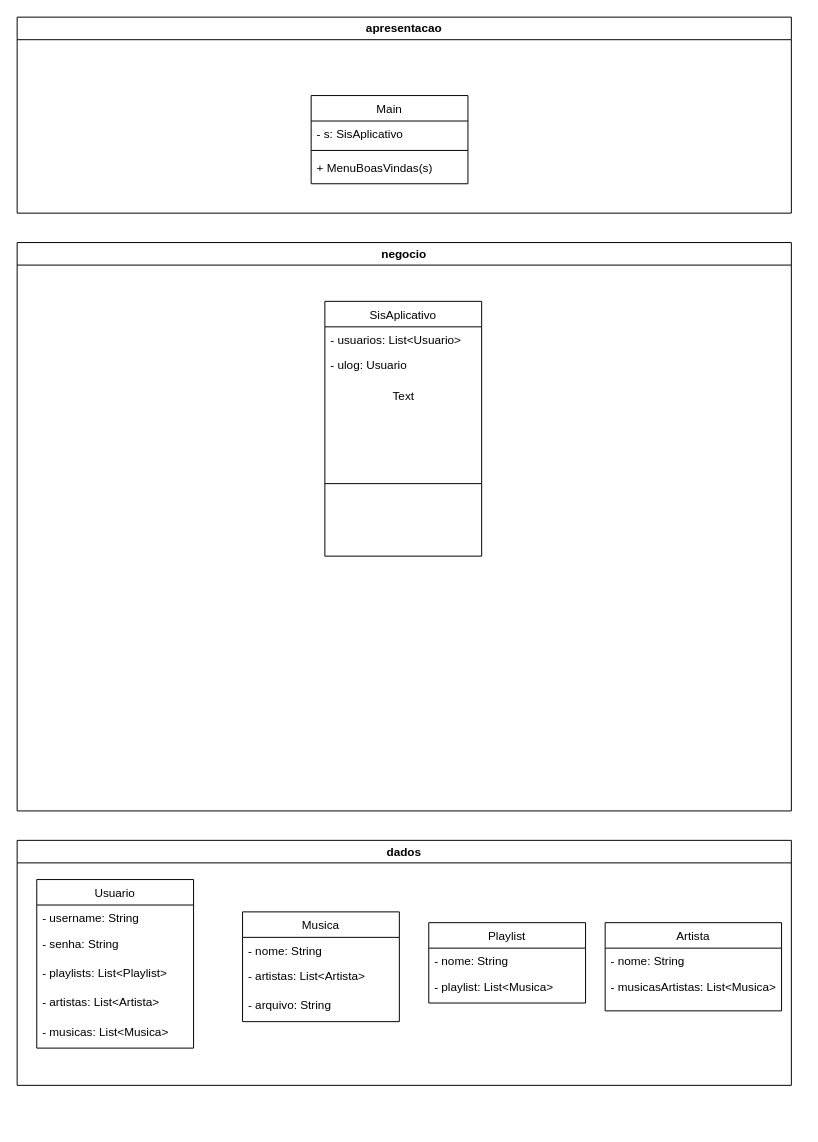
The draw.io diagram Object-Oriented Programming/Trabalho UML/Untitled Diagram.drawio in mautaques/Estudos, before the edit. Source tidied: cells renumbered, new cells numbered last; positions are measured from the earlier drawing's top-left corner, leaving out a move shared by most shapes. Both pictures are drawn from the tidied source at 98%, with x=0, y=0 at pixel (17, 17).
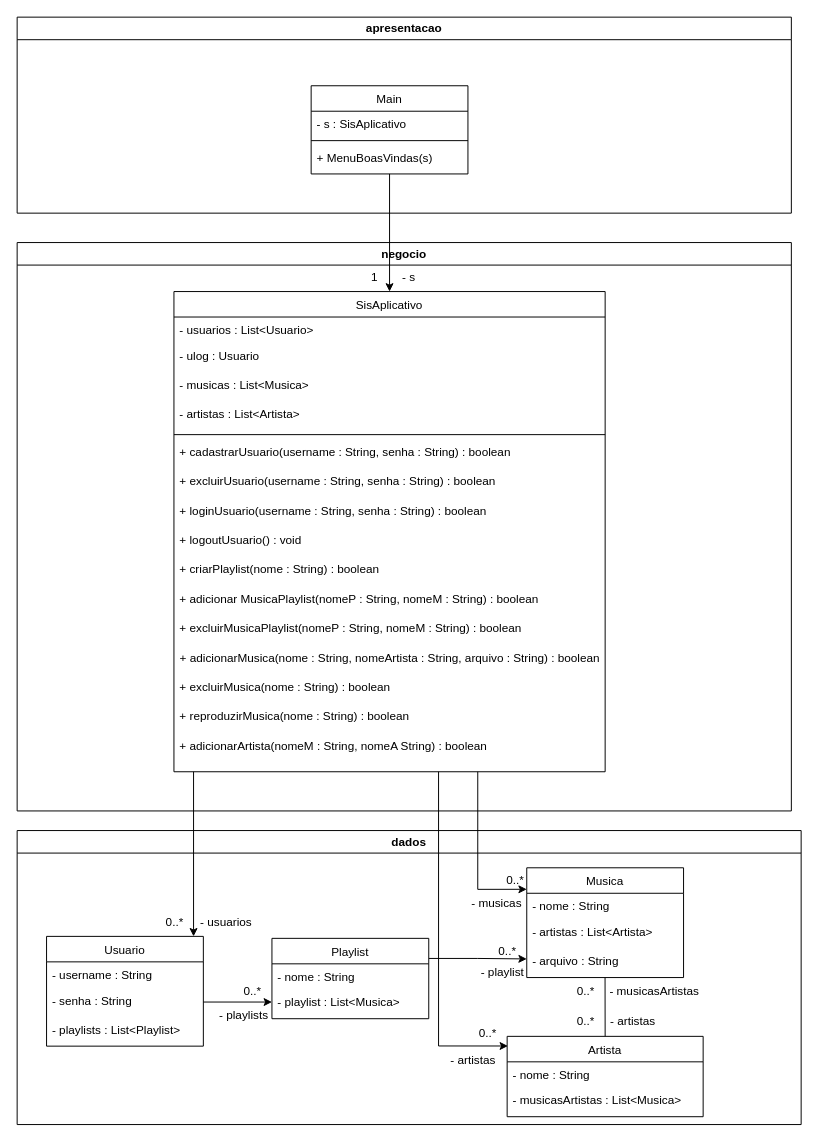
After the change.

Unchanged cells that the change refers to:
```xml
<mxCell id="19" value="negocio" style="swimlane;whiteSpace=wrap;html=1;startSize=23;" parent="1" vertex="1">
  <mxGeometry y="230" width="790" height="580" as="geometry" />
</mxCell>
<mxCell id="25" value="apresentacao" style="swimlane;whiteSpace=wrap;html=1;" parent="1" vertex="1">
  <mxGeometry width="790" height="200" as="geometry" />
</mxCell>
```

The edit, as a diff of the source:
```diff
@@
     <mxCell id="2" value="dados" style="swimlane;whiteSpace=wrap;html=1;" parent="1" vertex="1">
-      <mxGeometry y="840" width="790" height="250" as="geometry" />
+      <mxGeometry y="830" width="800" height="300" as="geometry" />
     </mxCell>
     <mxCell id="3" value="Musica" style="swimlane;fontStyle=0;align=center;verticalAlign=top;horizontal=1;startSize=26;rounded=0;shadow=0;strokeWidth=1;" parent="2" vertex="1">
-      <mxGeometry x="230" y="73" width="160" height="112" as="geometry" />
+      <mxGeometry x="520" y="38" width="160" height="112" as="geometry" />
     </mxCell>
-    <mxCell id="4" value="- nome: String" style="text;align=left;verticalAlign=top;spacingLeft=4;spacingRight=4;overflow=hidden;" parent="3" vertex="1">
+    <mxCell id="4" value="- nome : String" style="text;align=left;verticalAlign=top;spacingLeft=4;spacingRight=4;overflow=hidden;" parent="3" vertex="1">
       <mxGeometry y="26" width="160" height="26" as="geometry" />
     </mxCell>
-    <mxCell id="5" value="- artistas: List&lt;Artista&gt;" style="text;align=left;verticalAlign=top;strokeColor=none;fillColor=none;spacingLeft=4;spacingRight=4;" parent="3" vertex="1">
+    <mxCell id="5" value="- artistas : List&lt;Artista&gt;" style="text;align=left;verticalAlign=top;strokeColor=none;fillColor=none;spacingLeft=4;spacingRight=4;" parent="3" vertex="1">
       <mxGeometry y="52" width="160" height="30" as="geometry" />
     </mxCell>
-    <mxCell id="6" value="- arquivo: String" style="text;align=left;verticalAlign=top;strokeColor=none;fillColor=none;spacingLeft=4;spacingRight=4;" parent="3" vertex="1">
+    <mxCell id="6" value="- arquivo : String" style="text;align=left;verticalAlign=top;strokeColor=none;fillColor=none;spacingLeft=4;spacingRight=4;" parent="3" vertex="1">
       <mxGeometry y="82" width="160" height="30" as="geometry" />
     </mxCell>
+    <mxCell id="30" style="edgeStyle=orthogonalEdgeStyle;rounded=0;jettySize=auto;html=1;exitX=1;exitY=0.25;exitDx=0;exitDy=0;" parent="2" edge="1" source="7">
+      <mxGeometry relative="1" as="geometry">
+        <mxPoint x="520" y="131" as="targetPoint" />
+        <Array as="points">
+          <mxPoint x="470" y="131" />
+          <mxPoint x="600" y="131" />
+        </Array>
+      </mxGeometry>
+    </mxCell>
     <mxCell id="7" value="Playlist" style="swimlane;fontStyle=0;align=center;verticalAlign=top;horizontal=1;startSize=26;rounded=0;shadow=0;strokeWidth=1;" parent="2" vertex="1">
-      <mxGeometry x="420" y="84" width="160" height="82" as="geometry" />
+      <mxGeometry x="260" y="110" width="160" height="82" as="geometry" />
     </mxCell>
-    <mxCell id="8" value="- nome: String" style="text;align=left;verticalAlign=top;spacingLeft=4;spacingRight=4;overflow=hidden;" parent="7" vertex="1">
+    <mxCell id="8" value="- nome : String" style="text;align=left;verticalAlign=top;spacingLeft=4;spacingRight=4;overflow=hidden;" parent="7" vertex="1">
       <mxGeometry y="26" width="160" height="26" as="geometry" />
     </mxCell>
-    <mxCell id="9" value="- playlist: List&lt;Musica&gt;" style="text;align=left;verticalAlign=top;points=[];strokeColor=none;fillColor=none;spacingLeft=4;spacingRight=4;" parent="7" vertex="1">
+    <mxCell id="9" value="- playlist : List&lt;Musica&gt;" style="text;align=left;verticalAlign=top;points=[];strokeColor=none;fillColor=none;spacingLeft=4;spacingRight=4;" parent="7" vertex="1">
       <mxGeometry y="52" width="160" height="30" as="geometry" />
     </mxCell>
     <mxCell id="10" value="Usuario" style="swimlane;fontStyle=0;align=center;verticalAlign=top;horizontal=1;startSize=26;rounded=0;shadow=0;strokeWidth=1;" parent="2" vertex="1">
-      <mxGeometry x="20" y="40" width="160" height="172" as="geometry" />
+      <mxGeometry x="30" y="108" width="160" height="112" as="geometry" />
     </mxCell>
-    <mxCell id="11" value="- username: String" style="text;align=left;verticalAlign=top;spacingLeft=4;spacingRight=4;overflow=hidden;" parent="10" vertex="1">
+    <mxCell id="11" value="- username : String" style="text;align=left;verticalAlign=top;spacingLeft=4;spacingRight=4;overflow=hidden;" parent="10" vertex="1">
       <mxGeometry y="26" width="160" height="26" as="geometry" />
     </mxCell>
-    <mxCell id="12" value="- senha: String&#10;" style="text;align=left;verticalAlign=top;points=[];strokeColor=none;fillColor=none;spacingLeft=4;spacingRight=4;" parent="10" vertex="1">
+    <mxCell id="12" value="- senha : String&#10;" style="text;align=left;verticalAlign=top;points=[];strokeColor=none;fillColor=none;spacingLeft=4;spacingRight=4;" parent="10" vertex="1">
       <mxGeometry y="52" width="160" height="30" as="geometry" />
     </mxCell>
-    <mxCell id="13" value="- playlists: List&amp;lt;Playlist&amp;gt;" style="text;html=1;align=left;verticalAlign=top;strokeColor=none;fillColor=none;spacingLeft=4;spacingRight=4;" parent="10" vertex="1">
+    <mxCell id="13" value="- playlists : List&amp;lt;Playlist&amp;gt;" style="text;html=1;align=left;verticalAlign=top;strokeColor=none;fillColor=none;spacingLeft=4;spacingRight=4;" parent="10" vertex="1">
       <mxGeometry y="82" width="160" height="30" as="geometry" />
     </mxCell>
-    <mxCell id="14" value="- artistas: List&lt;Artista&gt;" style="text;align=left;verticalAlign=top;strokeColor=none;fillColor=none;spacingLeft=4;spacingRight=4;" parent="10" vertex="1">
-      <mxGeometry y="112" width="160" height="30" as="geometry" />
-    </mxCell>
-    <mxCell id="15" value="- musicas: List&lt;Musica&gt;" style="text;align=left;verticalAlign=top;strokeColor=none;fillColor=none;spacingLeft=4;spacingRight=4;" parent="10" vertex="1">
-      <mxGeometry y="142" width="160" height="30" as="geometry" />
-    </mxCell>
     <mxCell id="16" value="Artista" style="swimlane;fontStyle=0;align=center;verticalAlign=top;horizontal=1;startSize=26;rounded=0;shadow=0;strokeWidth=1;" parent="2" vertex="1">
-      <mxGeometry x="600" y="84" width="180" height="90" as="geometry" />
+      <mxGeometry x="500" y="210" width="200" height="82" as="geometry" />
     </mxCell>
-    <mxCell id="17" value="- nome: String " style="text;align=left;verticalAlign=top;spacingLeft=4;spacingRight=4;overflow=hidden;" parent="16" vertex="1">
-      <mxGeometry y="26" width="180" height="26" as="geometry" />
+    <mxCell id="17" value="- nome : String " style="text;align=left;verticalAlign=top;spacingLeft=4;spacingRight=4;overflow=hidden;" parent="16" vertex="1">
+      <mxGeometry y="26" width="200" height="26" as="geometry" />
     </mxCell>
-    <mxCell id="18" value="- musicasArtistas: List&lt;Musica&gt;" style="text;align=left;verticalAlign=top;strokeColor=none;fillColor=none;spacingLeft=4;spacingRight=5;" parent="16" vertex="1">
-      <mxGeometry y="52" width="180" height="30" as="geometry" />
+    <mxCell id="18" value="- musicasArtistas : List&lt;Musica&gt;" style="text;align=left;verticalAlign=top;strokeColor=none;fillColor=none;spacingLeft=4;spacingRight=5;" parent="16" vertex="1">
+      <mxGeometry y="52" width="200" height="30" as="geometry" />
     </mxCell>
+    <mxCell id="31" value="0..*" style="text;align=center;verticalAlign=middle;strokeColor=none;fillColor=none;spacingLeft=2;" parent="2" vertex="1">
+      <mxGeometry x="140" y="78" width="40" height="30" as="geometry" />
+    </mxCell>
+    <mxCell id="32" value="- usuarios" style="text;align=center;verticalAlign=middle;strokeColor=none;fillColor=none;spacingRight=-7;" parent="2" vertex="1">
+      <mxGeometry x="175" y="78" width="70" height="30" as="geometry" />
+    </mxCell>
+    <mxCell id="33" value="0..*" style="text;html=1;align=center;verticalAlign=middle;strokeColor=none;fillColor=none;" parent="2" vertex="1">
+      <mxGeometry x="480" y="108" width="40" height="30" as="geometry" />
+    </mxCell>
+    <mxCell id="34" value="- playlist" style="text;html=1;align=center;verticalAlign=middle;strokeColor=none;fillColor=none;" parent="2" vertex="1">
+      <mxGeometry x="460" y="130" width="70" height="30" as="geometry" />
+    </mxCell>
+    <mxCell id="35" value="0..*" style="text;html=1;align=center;verticalAlign=middle;strokeColor=none;fillColor=none;" parent="2" vertex="1">
+      <mxGeometry x="560" y="149" width="40" height="30" as="geometry" />
+    </mxCell>
+    <mxCell id="36" value="- musicasArtistas" style="text;html=1;align=center;verticalAlign=middle;strokeColor=none;fillColor=none;" parent="2" vertex="1">
+      <mxGeometry x="590" y="149" width="120" height="30" as="geometry" />
+    </mxCell>
+    <mxCell id="37" value="- artistas" style="text;html=1;align=center;verticalAlign=middle;strokeColor=none;fillColor=none;spacingRight=-5;" parent="2" vertex="1">
+      <mxGeometry x="595" y="180" width="60" height="30" as="geometry" />
+    </mxCell>
+    <mxCell id="38" value="0..*" style="text;html=1;align=center;verticalAlign=middle;strokeColor=none;fillColor=none;" parent="2" vertex="1">
+      <mxGeometry x="560" y="180" width="40" height="30" as="geometry" />
+    </mxCell>
+    <mxCell id="39" style="edgeStyle=orthogonalEdgeStyle;rounded=0;jettySize=auto;html=1;entryX=0;entryY=0.433;entryDx=0;entryDy=0;entryPerimeter=0;" parent="2" edge="1" source="12" target="9">
+      <mxGeometry relative="1" as="geometry" />
+    </mxCell>
+    <mxCell id="40" style="endArrow=none;html=1;rounded=0;exitX=0.5;exitY=0;exitDx=0;exitDy=0;" parent="2" edge="1" source="16">
+      <mxGeometry relative="1" as="geometry">
+        <mxPoint x="599.9" y="150" as="targetPoint" />
+      </mxGeometry>
+    </mxCell>
+    <mxCell id="41" value="0..*" style="text;html=1;align=center;verticalAlign=middle;strokeColor=none;fillColor=none;" parent="2" vertex="1">
+      <mxGeometry x="220" y="149" width="40" height="30" as="geometry" />
+    </mxCell>
+    <mxCell id="42" value="- playlists" style="text;html=1;align=center;verticalAlign=middle;strokeColor=none;fillColor=none;spacingRight=9;spacingTop=7;" parent="2" vertex="1">
+      <mxGeometry x="195" y="170" width="80" height="30" as="geometry" />
+    </mxCell>
+    <mxCell id="43" value="- musicas" style="text;html=1;align=center;verticalAlign=middle;strokeColor=none;fillColor=none;spacingTop=-7;spacingRight=2;" parent="2" vertex="1">
+      <mxGeometry x="455" y="68" width="70" height="20" as="geometry" />
+    </mxCell>
+    <mxCell id="44" value="0..*" style="text;html=1;align=center;verticalAlign=middle;strokeColor=none;fillColor=none;" parent="2" vertex="1">
+      <mxGeometry x="460" y="192" width="40" height="30" as="geometry" />
+    </mxCell>
+    <mxCell id="45" value="- artistas" style="text;html=1;align=center;verticalAlign=middle;strokeColor=none;fillColor=none;" parent="2" vertex="1">
+      <mxGeometry x="430" y="220" width="70" height="30" as="geometry" />
+    </mxCell>
+    <mxCell id="46" value="0..*" style="text;html=1;align=center;verticalAlign=middle;strokeColor=none;fillColor=none;spacingBottom=5;spacingLeft=-4;" parent="2" vertex="1">
+      <mxGeometry x="495" y="38" width="30" height="30" as="geometry" />
+    </mxCell>
@@
     <mxCell id="20" value="SisAplicativo" style="swimlane;fontStyle=0;align=center;verticalAlign=top;horizontal=1;startSize=26;rounded=0;shadow=0;strokeWidth=1;" parent="19" vertex="1">
-      <mxGeometry x="314" y="60" width="160" height="260" as="geometry" />
+      <mxGeometry x="160" y="50" width="440" height="490" as="geometry" />
     </mxCell>
-    <mxCell id="21" value="- usuarios: List&lt;Usuario&gt;" style="text;align=left;verticalAlign=top;spacingLeft=4;spacingRight=4;overflow=hidden;" parent="20" vertex="1">
-      <mxGeometry y="26" width="160" height="26" as="geometry" />
+    <mxCell id="21" value="- usuarios : List&lt;Usuario&gt;" style="text;align=left;verticalAlign=top;spacingLeft=4;spacingRight=4;overflow=hidden;" parent="20" vertex="1">
+      <mxGeometry y="26" width="440" height="26" as="geometry" />
     </mxCell>
-    <mxCell id="22" value="- ulog: Usuario" style="text;align=left;verticalAlign=top;strokeColor=none;fillColor=none;spacingLeft=4;spacingRight=4;" parent="20" vertex="1">
-      <mxGeometry y="52" width="160" height="30" as="geometry" />
+    <mxCell id="22" value="- ulog : Usuario" style="text;align=left;verticalAlign=top;strokeColor=none;fillColor=none;spacingLeft=4;spacingRight=4;" parent="20" vertex="1">
+      <mxGeometry y="52" width="440" height="30" as="geometry" />
     </mxCell>
-    <mxCell id="23" value="Text" style="text;html=1;align=center;verticalAlign=middle;strokeColor=none;fillColor=none;" parent="20" vertex="1">
-      <mxGeometry y="82" width="160" height="30" as="geometry" />
-    </mxCell>
+    <mxCell id="15" value="- musicas : List&lt;Musica&gt;" style="text;align=left;verticalAlign=top;strokeColor=none;fillColor=none;spacingLeft=4;spacingRight=4;" parent="20" vertex="1">
+      <mxGeometry y="82" width="440" height="30" as="geometry" />
+    </mxCell>
+    <mxCell id="14" value="- artistas : List&lt;Artista&gt;" style="text;align=left;verticalAlign=top;strokeColor=none;fillColor=none;spacingLeft=4;spacingRight=4;" parent="20" vertex="1">
+      <mxGeometry y="112" width="440" height="30" as="geometry" />
+    </mxCell>
     <mxCell id="24" style="line;html=1;strokeWidth=1;align=left;verticalAlign=middle;spacingTop=-1;spacingLeft=3;spacingRight=3;labelPosition=right;" parent="20" vertex="1">
-      <mxGeometry y="112" width="160" height="148" as="geometry" />
+      <mxGeometry y="142" width="440" height="8" as="geometry" />
     </mxCell>
+    <mxCell id="47" value="+ cadastrarUsuario(username : String, senha : String) : boolean" style="text;align=left;verticalAlign=top;strokeColor=none;fillColor=none;spacingLeft=4;spacingRight=4;" parent="20" vertex="1">
+      <mxGeometry y="150" width="440" height="30" as="geometry" />
+    </mxCell>
+    <mxCell id="48" value="+ excluirUsuario(username : String, senha : String) : boolean" style="text;align=left;verticalAlign=top;strokeColor=none;fillColor=none;spacingLeft=4;spacingRight=4;" parent="20" vertex="1">
+      <mxGeometry y="180" width="440" height="30" as="geometry" />
+    </mxCell>
+    <mxCell id="49" value="+ loginUsuario(username : String, senha : String) : boolean" style="text;align=left;verticalAlign=top;strokeColor=none;fillColor=none;spacingLeft=4;spacingRight=4;" parent="20" vertex="1">
+      <mxGeometry y="210" width="440" height="30" as="geometry" />
+    </mxCell>
+    <mxCell id="50" value="+ logoutUsuario() : void" style="text;align=left;verticalAlign=top;strokeColor=none;fillColor=none;spacingLeft=4;spacingRight=4;" parent="20" vertex="1">
+      <mxGeometry y="240" width="440" height="30" as="geometry" />
+    </mxCell>
+    <mxCell id="51" value="+ criarPlaylist(nome : String) : boolean" style="text;align=left;verticalAlign=top;strokeColor=none;fillColor=none;spacingLeft=4;spacingRight=4;" parent="20" vertex="1">
+      <mxGeometry y="270" width="440" height="30" as="geometry" />
+    </mxCell>
+    <mxCell id="52" value="+ adicionar MusicaPlaylist(nomeP : String, nomeM : String) : boolean" style="text;align=left;verticalAlign=top;strokeColor=none;fillColor=none;spacingLeft=4;spacingRight=4;" parent="20" vertex="1">
+      <mxGeometry y="300" width="440" height="30" as="geometry" />
+    </mxCell>
+    <mxCell id="53" value="+ excluirMusicaPlaylist(nomeP : String, nomeM : String) : boolean" style="text;align=left;verticalAlign=top;strokeColor=none;fillColor=none;spacingLeft=4;spacingRight=4;" parent="20" vertex="1">
+      <mxGeometry y="330" width="440" height="30" as="geometry" />
+    </mxCell>
+    <mxCell id="54" value="+ adicionarMusica(nome : String, nomeArtista : String, arquivo : String) : boolean" style="text;html=1;align=center;verticalAlign=middle;strokeColor=none;fillColor=none;" parent="20" vertex="1">
+      <mxGeometry y="360" width="440" height="30" as="geometry" />
+    </mxCell>
+    <mxCell id="55" value="+ excluirMusica(nome : String) : boolean&#10;" style="text;align=left;verticalAlign=top;strokeColor=none;fillColor=none;spacingLeft=4;spacingRight=4;" parent="20" vertex="1">
+      <mxGeometry y="390" width="440" height="30" as="geometry" />
+    </mxCell>
+    <mxCell id="56" value="+ reproduzirMusica(nome : String) : boolean" style="text;align=left;verticalAlign=top;strokeColor=none;fillColor=none;spacingLeft=4;spacingRight=4;" parent="20" vertex="1">
+      <mxGeometry y="420" width="440" height="30" as="geometry" />
+    </mxCell>
+    <mxCell id="57" value="+ adicionarArtista(nomeM : String, nomeA String) : boolean" style="text;align=left;verticalAlign=top;strokeColor=none;fillColor=none;spacingLeft=4;spacingRight=4;" parent="20" vertex="1">
+      <mxGeometry y="450" width="440" height="30" as="geometry" />
+    </mxCell>
+    <mxCell id="58" value="1" style="text;align=center;verticalAlign=middle;strokeColor=none;fillColor=none;" parent="19" vertex="1">
+      <mxGeometry x="350" y="20" width="30" height="30" as="geometry" />
+    </mxCell>
+    <mxCell id="59" value="- s" style="text;align=center;verticalAlign=middle;strokeColor=none;fillColor=none;" parent="19" vertex="1">
+      <mxGeometry x="380" y="20" width="40" height="30" as="geometry" />
+    </mxCell>
@@
     <mxCell id="26" value="Main" style="swimlane;fontStyle=0;align=center;verticalAlign=top;horizontal=1;startSize=26;rounded=0;shadow=0;strokeWidth=1;" parent="25" vertex="1">
-      <mxGeometry x="300" y="80" width="160" height="90" as="geometry" />
+      <mxGeometry x="300" y="70" width="160" height="90" as="geometry" />
     </mxCell>
-    <mxCell id="27" value="- s: SisAplicativo" style="text;align=left;verticalAlign=top;spacingLeft=4;spacingRight=4;overflow=hidden;" parent="26" vertex="1">
+    <mxCell id="27" value="- s : SisAplicativo" style="text;align=left;verticalAlign=top;spacingLeft=4;spacingRight=4;overflow=hidden;" parent="26" vertex="1">
       <mxGeometry y="26" width="160" height="26" as="geometry" />
     </mxCell>
@@
+    <mxCell id="60" style="edgeStyle=orthogonalEdgeStyle;rounded=0;jettySize=auto;html=1;" parent="1" edge="1" source="26" target="20">
+      <mxGeometry relative="1" as="geometry" />
+    </mxCell>
+    <mxCell id="61" style="edgeStyle=orthogonalEdgeStyle;rounded=0;jettySize=auto;html=1;" parent="1" edge="1" target="10">
+      <mxGeometry relative="1" as="geometry">
+        <mxPoint x="180" y="770" as="sourcePoint" />
+        <Array as="points">
+          <mxPoint x="180" y="770" />
+        </Array>
+      </mxGeometry>
+    </mxCell>
+    <mxCell id="62" style="edgeStyle=orthogonalEdgeStyle;rounded=0;jettySize=auto;html=1;entryX=0;entryY=0.196;entryDx=0;entryDy=0;entryPerimeter=0;" parent="1" edge="1" target="3">
+      <mxGeometry relative="1" as="geometry">
+        <mxPoint x="470" y="770" as="sourcePoint" />
+        <Array as="points">
+          <mxPoint x="470" y="770" />
+          <mxPoint x="470" y="890" />
+        </Array>
+      </mxGeometry>
+    </mxCell>
+    <mxCell id="63" style="edgeStyle=orthogonalEdgeStyle;rounded=0;jettySize=auto;html=1;entryX=0.004;entryY=0.12;entryDx=0;entryDy=0;entryPerimeter=0;" parent="1" edge="1" target="16">
+      <mxGeometry relative="1" as="geometry">
+        <mxPoint x="430" y="770" as="sourcePoint" />
+        <Array as="points">
+          <mxPoint x="430" y="770" />
+          <mxPoint x="430" y="1050" />
+        </Array>
+      </mxGeometry>
+    </mxCell>
```
